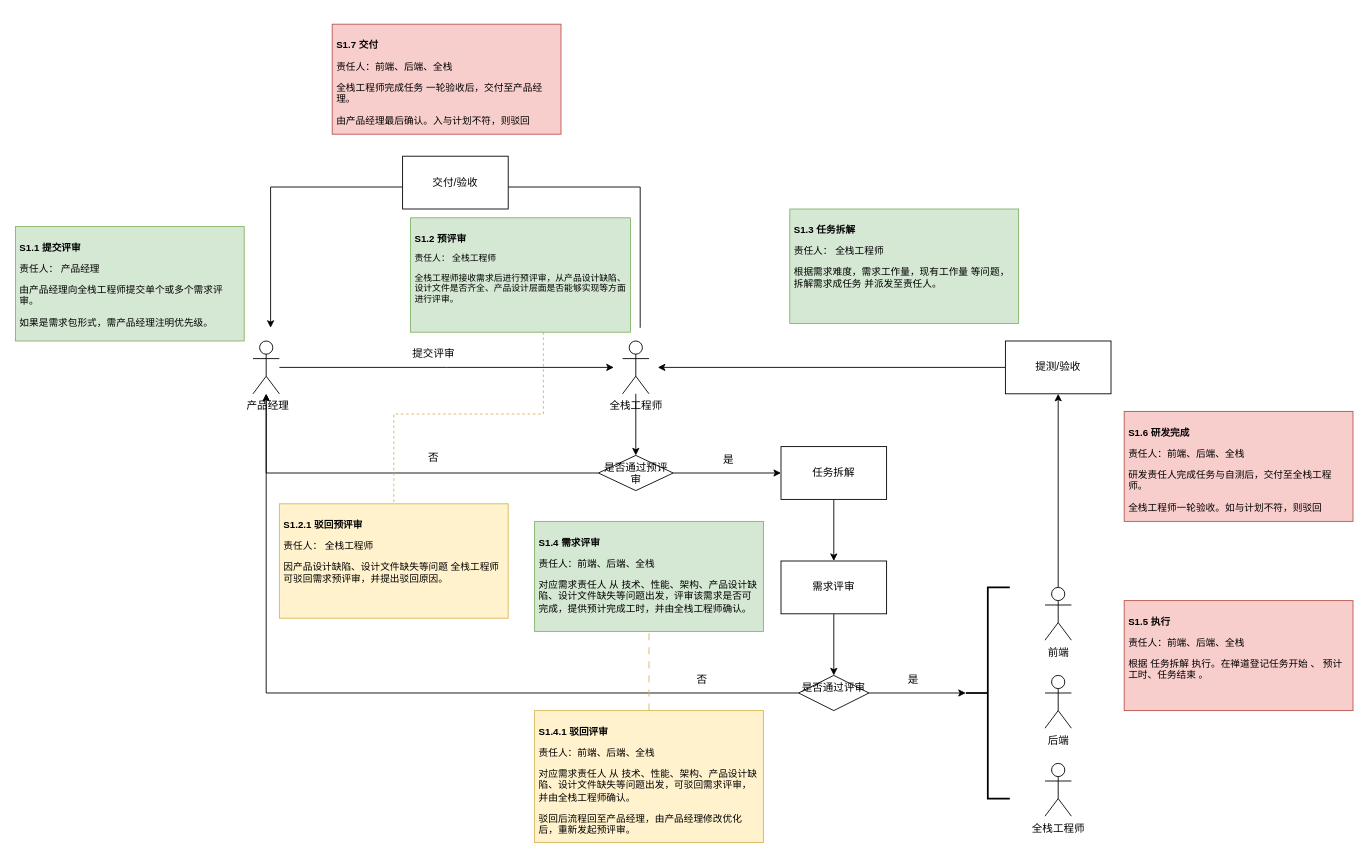
Above: draw/产研工作流程图.drawio in luanqibazaolei/drawIO (draw.io), before the change. Source tidied: cells renumbered, new cells numbered last; positions are measured from the earlier drawing's top-left corner, leaving out a move shared by most shapes. Both pictures are drawn from the tidied source at 88%, with x=0, y=0 at pixel (15, 24).
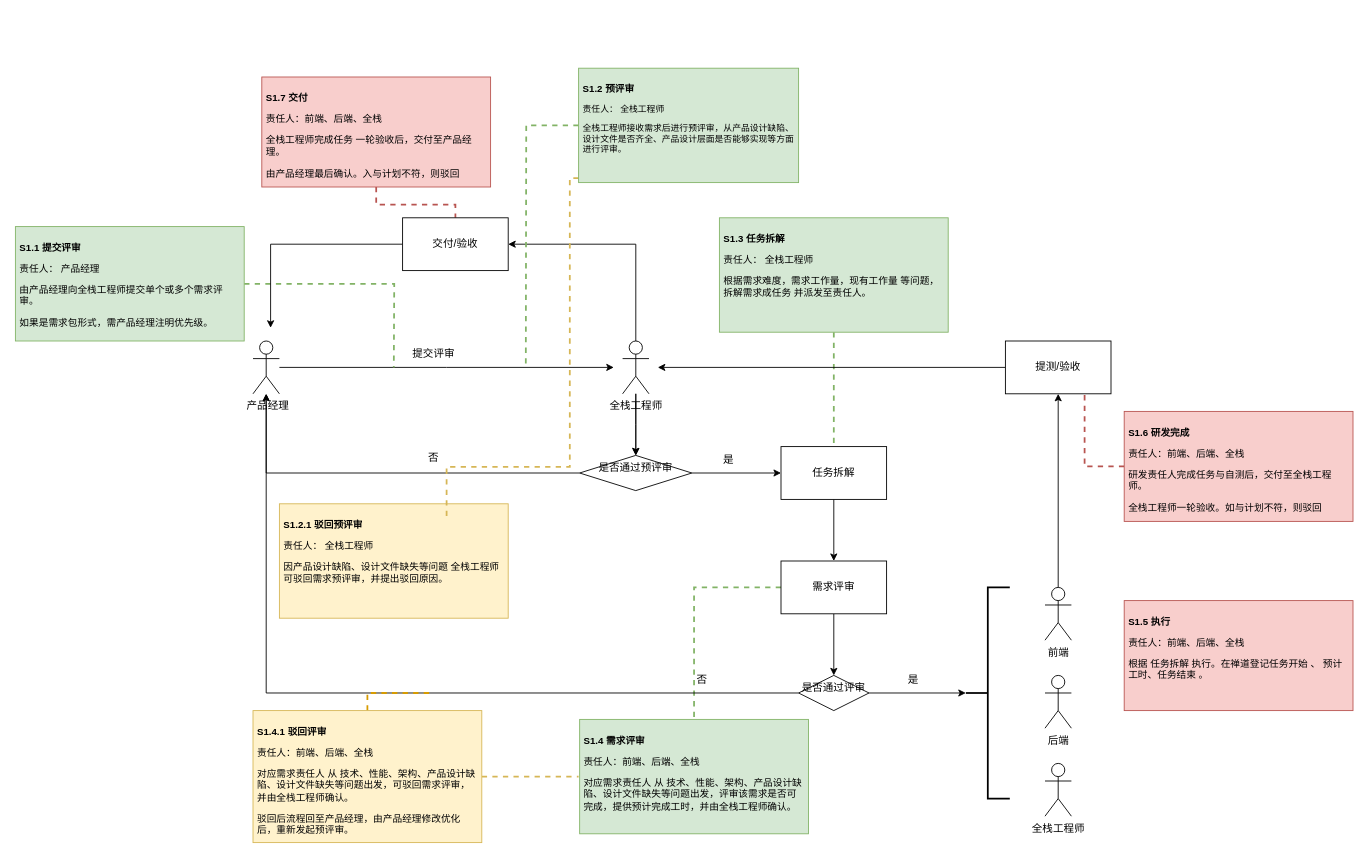
The same page after the edit.

Commit message (it also covers changes not shown here):
更新产研工作流程图.drawio

Unchanged cells that the change refers to:
```xml
<mxCell id="5" value="全栈工程师" style="shape=umlActor;verticalLabelPosition=bottom;verticalAlign=top;html=1;outlineConnect=0;" parent="1" vertex="1">
  <mxGeometry x="690" y="360" width="30" height="60" as="geometry" />
</mxCell>
<mxCell id="11" value="&lt;h1 style=&quot;font-size: 11px;&quot;&gt;&lt;font style=&quot;font-size: 11px;&quot;&gt;&lt;br&gt;&lt;/font&gt;&lt;/h1&gt;&lt;h1 style=&quot;font-size: 11px;&quot;&gt;&lt;font style=&quot;font-size: 11px;&quot;&gt;S1.1 提交评审&lt;/font&gt;&lt;/h1&gt;&lt;p style=&quot;font-size: 11px;&quot;&gt;&lt;font style=&quot;font-size: 11px;&quot;&gt;责任人： 产品经理&lt;/font&gt;&lt;/p&gt;&lt;p style=&quot;font-size: 11px;&quot;&gt;&lt;font style=&quot;font-size: 11px;&quot;&gt;由产品经理向全栈工程师提交单个或多个需求评审。&lt;/font&gt;&lt;/p&gt;&lt;p style=&quot;font-size: 11px;&quot;&gt;&lt;span style=&quot;background-color: initial;&quot;&gt;如果是需求包形式，需产品经理注明优先级。&lt;/span&gt;&lt;/p&gt;" style="text;html=1;strokeColor=#82b366;fillColor=#d5e8d4;spacing=5;spacingTop=-20;whiteSpace=wrap;overflow=hidden;rounded=0;" parent="1" vertex="1">
  <mxGeometry y="230" width="260" height="130" as="geometry" />
</mxCell>
<mxCell id="12" value="&lt;h1 style=&quot;font-size: 11px;&quot;&gt;&lt;font style=&quot;font-size: 11px;&quot;&gt;&lt;br&gt;&lt;/font&gt;&lt;/h1&gt;&lt;h1 style=&quot;font-size: 11px;&quot;&gt;&lt;font style=&quot;font-size: 11px;&quot;&gt;S1.2.1 驳回预评审&lt;/font&gt;&lt;/h1&gt;&lt;p style=&quot;font-size: 11px;&quot;&gt;&lt;font style=&quot;font-size: 11px;&quot;&gt;责任人： 全栈工程师&lt;/font&gt;&lt;/p&gt;&lt;p style=&quot;font-size: 11px;&quot;&gt;&lt;font style=&quot;font-size: 11px;&quot;&gt;因产品设计缺陷、设计文件缺失等问题 全栈工程师 可驳回需求预评审，并提出驳回原因。&lt;/font&gt;&lt;/p&gt;" style="text;html=1;strokeColor=#d6b656;fillColor=#fff2cc;spacing=5;spacingTop=-20;whiteSpace=wrap;overflow=hidden;rounded=0;" parent="1" vertex="1">
  <mxGeometry x="300" y="545" width="260" height="130" as="geometry" />
</mxCell>
<mxCell id="22" value="任务拆解" style="rounded=0;whiteSpace=wrap;html=1;" parent="1" vertex="1">
  <mxGeometry x="870" y="480" width="120" height="60" as="geometry" />
</mxCell>
<mxCell id="26" value="需求评审" style="rounded=0;whiteSpace=wrap;html=1;" parent="1" vertex="1">
  <mxGeometry x="870" y="610" width="120" height="60" as="geometry" />
</mxCell>
<mxCell id="35" value="提测/验收" style="rounded=0;whiteSpace=wrap;html=1;" parent="1" vertex="1">
  <mxGeometry x="1125" y="360" width="120" height="60" as="geometry" />
</mxCell>
<mxCell id="37" value="&lt;h1 style=&quot;font-size: 11px;&quot;&gt;&lt;font style=&quot;font-size: 11px;&quot;&gt;&lt;br&gt;&lt;/font&gt;&lt;/h1&gt;&lt;h1 style=&quot;font-size: 11px;&quot;&gt;&lt;font style=&quot;font-size: 11px;&quot;&gt;S1.6 研发完成&lt;/font&gt;&lt;/h1&gt;&lt;p style=&quot;font-size: 11px;&quot;&gt;&lt;font style=&quot;font-size: 11px;&quot;&gt;责任人：前端、后端、全栈&lt;/font&gt;&lt;/p&gt;&lt;p style=&quot;font-size: 11px;&quot;&gt;研发责任人完成任务与自测后，交付至全栈工程师。&lt;/p&gt;&lt;p style=&quot;font-size: 11px;&quot;&gt;全栈工程师一轮验收。如与计划不符，则驳回&lt;/p&gt;&lt;p style=&quot;font-size: 11px;&quot;&gt;&lt;br&gt;&lt;/p&gt;" style="text;html=1;strokeColor=#b85450;fillColor=#f8cecc;spacing=5;spacingTop=-20;whiteSpace=wrap;overflow=hidden;rounded=0;" parent="1" vertex="1">
  <mxGeometry x="1260" y="440" width="260" height="125" as="geometry" />
</mxCell>
```

Diff of the diagram source:
```diff
@@
+    <mxCell id="42" style="edgeStyle=orthogonalEdgeStyle;rounded=0;jettySize=auto;html=1;entryX=1;entryY=0.5;entryDx=0;entryDy=0;" parent="1" edge="1" source="5" target="41">
+      <mxGeometry relative="1" as="geometry">
+        <Array as="points">
+          <mxPoint x="705" y="250" />
+        </Array>
+      </mxGeometry>
+    </mxCell>
+    <mxCell id="43" style="edgeStyle=orthogonalEdgeStyle;rounded=0;jettySize=auto;html=1;" parent="1" edge="1" source="5" target="9">
+      <mxGeometry relative="1" as="geometry" />
+    </mxCell>
@@
     <mxCell id="9" value="是否通过预评审" style="rhombus;whiteSpace=wrap;html=1;verticalAlign=top;" parent="1" vertex="1">
-      <mxGeometry x="662.5" y="490" width="85" height="40" as="geometry" />
+      <mxGeometry x="641.2" y="490" width="127.5" height="40" as="geometry" />
     </mxCell>
@@
+    <mxCell id="44" style="edgeStyle=orthogonalEdgeStyle;rounded=0;jettySize=auto;html=1;endArrow=none;endFill=0;dashed=1;fillColor=#d5e8d4;strokeColor=#82b366;strokeWidth=2;" parent="1" edge="1" source="11">
+      <mxGeometry relative="1" as="geometry">
+        <mxPoint x="430" y="390" as="targetPoint" />
+      </mxGeometry>
+    </mxCell>
@@
-    <mxCell id="13" style="edgeStyle=orthogonalEdgeStyle;rounded=0;jettySize=auto;html=1;dashed=1;endArrow=none;endFill=0;fillColor=#fff2cc;strokeColor=#d6b656;" parent="1" edge="1" source="14" target="12">
+    <mxCell id="13" style="edgeStyle=orthogonalEdgeStyle;rounded=0;orthogonalLoop=1;jettySize=auto;html=1;dashed=1;endArrow=none;endFill=0;fillColor=#fff2cc;strokeColor=#d6b656;strokeWidth=2;" parent="1" edge="1">
       <mxGeometry relative="1" as="geometry">
+        <mxPoint x="700" y="175" as="sourcePoint" />
+        <mxPoint x="490" y="560" as="targetPoint" />
         <Array as="points">
-          <mxPoint x="600" y="443" />
-          <mxPoint x="430" y="443" />
+          <mxPoint x="630" y="175" />
+          <mxPoint x="630" y="503" />
+          <mxPoint x="490" y="503" />
         </Array>
       </mxGeometry>
     </mxCell>
+    <mxCell id="45" style="edgeStyle=orthogonalEdgeStyle;rounded=0;jettySize=auto;html=1;fillColor=#d5e8d4;strokeColor=#82b366;endArrow=none;endFill=0;dashed=1;strokeWidth=2;" parent="1" edge="1" source="14">
+      <mxGeometry relative="1" as="geometry">
+        <mxPoint x="580" y="390" as="targetPoint" />
+      </mxGeometry>
+    </mxCell>
     <mxCell id="14" value="&lt;h1 style=&quot;font-size: 11px;&quot;&gt;&lt;font style=&quot;font-size: 11px;&quot;&gt;&lt;br&gt;&lt;/font&gt;&lt;/h1&gt;&lt;h1 style=&quot;font-size: 11px;&quot;&gt;&lt;font style=&quot;font-size: 11px;&quot;&gt;S1.2 预评审&lt;/font&gt;&lt;/h1&gt;&lt;p style=&quot;font-size: 10px;&quot;&gt;&lt;font style=&quot;font-size: 10px;&quot;&gt;责任人： 全栈工程师&lt;/font&gt;&lt;/p&gt;&lt;p style=&quot;font-size: 10px;&quot;&gt;&lt;span style=&quot;font-size: 10px; background-color: initial;&quot;&gt;全栈工程师接收需求后进行预评审，从&lt;/span&gt;产品设计缺陷、设计文件是否齐全、产品设计层面是否能够实现等方面进行评审。&lt;/p&gt;&lt;font style=&quot;font-size: 11px;&quot;&gt;&lt;br&gt;&lt;/font&gt;" style="text;html=1;strokeColor=#82b366;fillColor=#d5e8d4;spacing=5;spacingTop=-20;whiteSpace=wrap;overflow=hidden;rounded=0;" parent="1" vertex="1">
-      <mxGeometry x="449" y="220" width="250" height="130" as="geometry" />
+      <mxGeometry x="640" y="50" width="250" height="130" as="geometry" />
     </mxCell>
@@
     <mxCell id="20" value="&lt;h1 style=&quot;font-size: 11px;&quot;&gt;&lt;font style=&quot;font-size: 11px;&quot;&gt;&lt;br&gt;&lt;/font&gt;&lt;/h1&gt;&lt;h1 style=&quot;font-size: 11px;&quot;&gt;&lt;font style=&quot;font-size: 11px;&quot;&gt;S1.4 需求评审&lt;/font&gt;&lt;/h1&gt;&lt;p style=&quot;font-size: 11px;&quot;&gt;&lt;font style=&quot;font-size: 11px;&quot;&gt;责任人：前端、后端、全栈&lt;/font&gt;&lt;/p&gt;&lt;p style=&quot;font-size: 11px;&quot;&gt;&lt;font style=&quot;font-size: 11px;&quot;&gt;对应需求责任人 从 技术、性能、架构、产品设计缺陷、设计文件缺失等问题出发，评审该需求是否可完成，提供预计完成工时，并由全栈工程师确认。&lt;/font&gt;&lt;/p&gt;&lt;p style=&quot;font-size: 11px;&quot;&gt;&lt;br&gt;&lt;/p&gt;" style="text;html=1;strokeColor=#82b366;fillColor=#d5e8d4;spacing=5;spacingTop=-20;whiteSpace=wrap;overflow=hidden;rounded=0;" parent="1" vertex="1">
-      <mxGeometry x="590" y="565" width="260" height="125" as="geometry" />
+      <mxGeometry x="641.2" y="790" width="260" height="130" as="geometry" />
     </mxCell>
@@
+    <mxCell id="46" style="edgeStyle=orthogonalEdgeStyle;rounded=0;jettySize=auto;html=1;entryX=0.5;entryY=0;entryDx=0;entryDy=0;fillColor=#d5e8d4;strokeColor=#82b366;strokeWidth=2;endArrow=none;endFill=0;dashed=1;" parent="1" edge="1" source="23" target="22">
+      <mxGeometry relative="1" as="geometry" />
+    </mxCell>
     <mxCell id="23" value="&lt;h1 style=&quot;font-size: 11px;&quot;&gt;&lt;font style=&quot;font-size: 11px;&quot;&gt;&lt;br&gt;&lt;/font&gt;&lt;/h1&gt;&lt;h1 style=&quot;font-size: 11px;&quot;&gt;&lt;font style=&quot;font-size: 11px;&quot;&gt;S1.3 任务拆解&lt;/font&gt;&lt;/h1&gt;&lt;p style=&quot;font-size: 11px;&quot;&gt;&lt;font style=&quot;font-size: 11px;&quot;&gt;责任人： 全栈工程师&lt;/font&gt;&lt;/p&gt;&lt;p style=&quot;font-size: 11px;&quot;&gt;&lt;font style=&quot;font-size: 11px;&quot;&gt;根据需求难度，需求工作量，现有工作量 等问题，拆解需求成任务 并派发至责任人。&lt;/font&gt;&lt;/p&gt;" style="text;html=1;strokeColor=#82b366;fillColor=#d5e8d4;spacing=5;spacingTop=-20;whiteSpace=wrap;overflow=hidden;rounded=0;" parent="1" vertex="1">
-      <mxGeometry x="880" y="210" width="260" height="130" as="geometry" />
+      <mxGeometry x="800" y="220" width="260" height="130" as="geometry" />
     </mxCell>
@@
+    <mxCell id="47" style="edgeStyle=orthogonalEdgeStyle;rounded=0;jettySize=auto;html=1;entryX=0.5;entryY=0;entryDx=0;entryDy=0;exitX=0;exitY=0.5;exitDx=0;exitDy=0;endArrow=none;endFill=0;dashed=1;fillColor=#d5e8d4;strokeColor=#82b366;strokeWidth=2;" parent="1" edge="1" source="26" target="20">
+      <mxGeometry relative="1" as="geometry" />
+    </mxCell>
@@
-    <mxCell id="31" style="edgeStyle=orthogonalEdgeStyle;rounded=0;jettySize=auto;html=1;exitX=0.5;exitY=0;exitDx=0;exitDy=0;dashed=1;dashPattern=8 8;endArrow=none;endFill=0;fillColor=#fff2cc;strokeColor=#d6b656;" parent="1" edge="1" source="32" target="20">
-      <mxGeometry relative="1" as="geometry" />
-    </mxCell>
+    <mxCell id="48" style="edgeStyle=orthogonalEdgeStyle;rounded=0;jettySize=auto;html=1;endArrow=none;endFill=0;strokeWidth=2;dashed=1;fillColor=#ffe6cc;strokeColor=#d79b00;" parent="1" edge="1" source="32">
+      <mxGeometry relative="1" as="geometry">
+        <mxPoint x="475" y="760" as="targetPoint" />
+      </mxGeometry>
+    </mxCell>
+    <mxCell id="49" style="edgeStyle=orthogonalEdgeStyle;rounded=0;jettySize=auto;html=1;endArrow=none;endFill=0;dashed=1;strokeWidth=2;fillColor=#fff2cc;strokeColor=#d6b656;" parent="1" edge="1" source="32">
+      <mxGeometry relative="1" as="geometry">
+        <mxPoint x="640" y="855" as="targetPoint" />
+      </mxGeometry>
+    </mxCell>
     <mxCell id="32" value="&lt;h1 style=&quot;font-size: 11px;&quot;&gt;&lt;font style=&quot;font-size: 11px;&quot;&gt;&lt;br&gt;&lt;/font&gt;&lt;/h1&gt;&lt;h1 style=&quot;font-size: 11px;&quot;&gt;&lt;font style=&quot;font-size: 11px;&quot;&gt;S1.4.1 驳回评审&lt;/font&gt;&lt;/h1&gt;&lt;p style=&quot;font-size: 11px;&quot;&gt;&lt;font style=&quot;font-size: 11px;&quot;&gt;责任人：前端、后端、全栈&lt;/font&gt;&lt;/p&gt;&lt;p style=&quot;font-size: 11px;&quot;&gt;&lt;font style=&quot;font-size: 11px;&quot;&gt;对应需求责任人 从 技术、性能、架构、产品设计缺陷、设计文件缺失等问题出发，可驳回需求评审，并由全栈工程师确认。&lt;/font&gt;&lt;/p&gt;&lt;p style=&quot;font-size: 11px;&quot;&gt;&lt;font style=&quot;font-size: 11px;&quot;&gt;驳回后流程回至产品经理，由产品经理修改优化后，重新发起预评审。&lt;/font&gt;&lt;/p&gt;&lt;p style=&quot;font-size: 11px;&quot;&gt;&lt;font style=&quot;font-size: 11px;&quot;&gt;&lt;br&gt;&lt;/font&gt;&lt;/p&gt;&lt;p style=&quot;font-size: 11px;&quot;&gt;&lt;br&gt;&lt;/p&gt;" style="text;html=1;strokeColor=#d6b656;fillColor=#fff2cc;spacing=5;spacingTop=-20;whiteSpace=wrap;overflow=hidden;rounded=0;" parent="1" vertex="1">
-      <mxGeometry x="590" y="780" width="260" height="150" as="geometry" />
+      <mxGeometry x="270" y="780" width="260" height="150" as="geometry" />
     </mxCell>
@@
+    <mxCell id="50" style="edgeStyle=orthogonalEdgeStyle;rounded=0;jettySize=auto;html=1;entryX=0.75;entryY=1;entryDx=0;entryDy=0;fillColor=#f8cecc;strokeColor=#b85450;endArrow=none;endFill=0;strokeWidth=2;dashed=1;" parent="1" edge="1" source="37" target="35">
+      <mxGeometry relative="1" as="geometry" />
+    </mxCell>
@@
-    <mxCell id="38" style="edgeStyle=orthogonalEdgeStyle;rounded=0;jettySize=auto;html=1;entryX=0.5;entryY=0;entryDx=0;entryDy=0;entryPerimeter=0;" parent="1" edge="1" source="41">
+    <mxCell id="38" style="edgeStyle=orthogonalEdgeStyle;rounded=0;jettySize=auto;html=1;entryX=0.5;entryY=0;entryDx=0;entryDy=0;entryPerimeter=0;exitX=0;exitY=0.5;exitDx=0;exitDy=0;" parent="1" edge="1" source="41">
       <mxGeometry relative="1" as="geometry">
         <mxPoint x="290" y="345" as="targetPoint" />
         <Array as="points">
-          <mxPoint x="290" y="185" />
+          <mxPoint x="290" y="250" />
         </Array>
       </mxGeometry>
     </mxCell>
+    <mxCell id="51" style="edgeStyle=orthogonalEdgeStyle;rounded=0;jettySize=auto;html=1;entryX=0.5;entryY=0;entryDx=0;entryDy=0;fillColor=#f8cecc;strokeColor=#b85450;strokeWidth=2;endArrow=none;endFill=0;dashed=1;" parent="1" edge="1" source="39" target="41">
+      <mxGeometry relative="1" as="geometry" />
+    </mxCell>
     <mxCell id="39" value="&lt;h1 style=&quot;font-size: 11px;&quot;&gt;&lt;font style=&quot;font-size: 11px;&quot;&gt;&lt;br&gt;&lt;/font&gt;&lt;/h1&gt;&lt;h1 style=&quot;font-size: 11px;&quot;&gt;&lt;font style=&quot;font-size: 11px;&quot;&gt;S1.7 交付&lt;/font&gt;&lt;/h1&gt;&lt;p style=&quot;font-size: 11px;&quot;&gt;&lt;font style=&quot;font-size: 11px;&quot;&gt;责任人：前端、后端、全栈&lt;/font&gt;&lt;/p&gt;&lt;p style=&quot;font-size: 11px;&quot;&gt;全栈工程师完成任务 一轮验收后，交付至产品经理。&lt;/p&gt;&lt;p style=&quot;font-size: 11px;&quot;&gt;由产品经理最后确认。入与计划不符，则驳回&lt;/p&gt;&lt;p style=&quot;font-size: 11px;&quot;&gt;&lt;br&gt;&lt;/p&gt;" style="text;html=1;strokeColor=#b85450;fillColor=#f8cecc;spacing=5;spacingTop=-20;whiteSpace=wrap;overflow=hidden;rounded=0;" parent="1" vertex="1">
-      <mxGeometry x="360" width="260" height="125" as="geometry" />
+      <mxGeometry x="280" y="60" width="260" height="125" as="geometry" />
     </mxCell>
-    <mxCell id="40" style="edgeStyle=orthogonalEdgeStyle;rounded=0;jettySize=auto;html=1;entryX=0.5;entryY=0;entryDx=0;entryDy=0;entryPerimeter=0;" parent="1" edge="1" target="41">
-      <mxGeometry relative="1" as="geometry">
-        <mxPoint x="710" y="345" as="sourcePoint" />
-        <Array as="points">
-          <mxPoint x="710" y="185" />
-        </Array>
-      </mxGeometry>
-    </mxCell>
     <mxCell id="41" value="交付/验收" style="rounded=0;whiteSpace=wrap;html=1;" parent="1" vertex="1">
-      <mxGeometry x="440" y="150" width="120" height="60" as="geometry" />
+      <mxGeometry x="440" y="220" width="120" height="60" as="geometry" />
     </mxCell>
```
